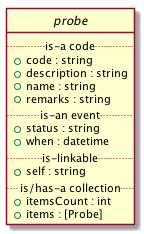
The PlantUML diagram images/probe-class-diagram.puml.png in EciStg/order-placement, before a commit. The source it was exported from:
```plantuml
@startuml
hide circle

interface probe {
.. is-a code ..
{field} + code : string
{field} + description : string
{field} + name : string
{field} + remarks : string
.. is-an event ..
{field} + status : string
{field} + when : datetime
.. is-linkable ..
{field} + self : string
.. is/has-a collection ..
{field} + itemsCount : int
{field} + items : [Probe]
}
@enduml
```
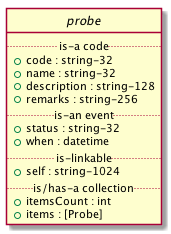
The same diagram one commit later.

Commit message:
added string lengths to graphviz objects

What changed in the source:
```diff
@@ -3,15 +3,15 @@
 
 interface probe {
 .. is-a code ..
-{field} + code : string
-{field} + description : string
-{field} + name : string
-{field} + remarks : string
+{field} + code : string-32
+{field} + name : string-32
+{field} + description : string-128
+{field} + remarks : string-256
 .. is-an event ..
-{field} + status : string
+{field} + status : string-32
 {field} + when : datetime
 .. is-linkable ..
-{field} + self : string
+{field} + self : string-1024
 .. is/has-a collection ..
 {field} + itemsCount : int
 {field} + items : [Probe]
```
